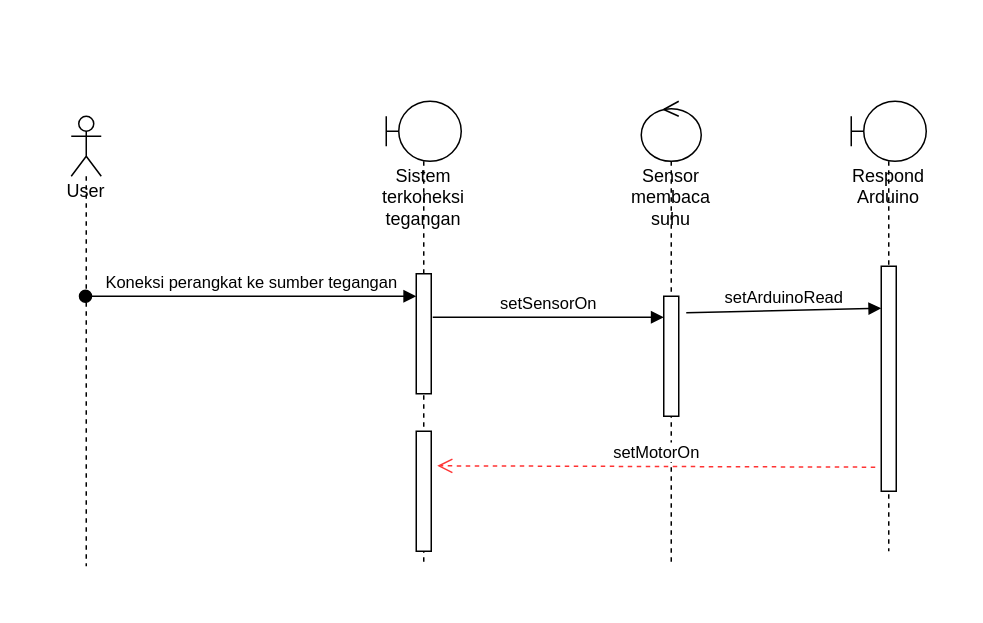
The draw.io diagram squence.drawio in nalendro16/Vuejs101, before the edit. Source tidied: cells renumbered, new cells numbered last; positions are measured from the earlier drawing's top-left corner, leaving out a move shared by most shapes. Both pictures are drawn from the tidied source at 150%, with x=0, y=0 at pixel (70, 100).
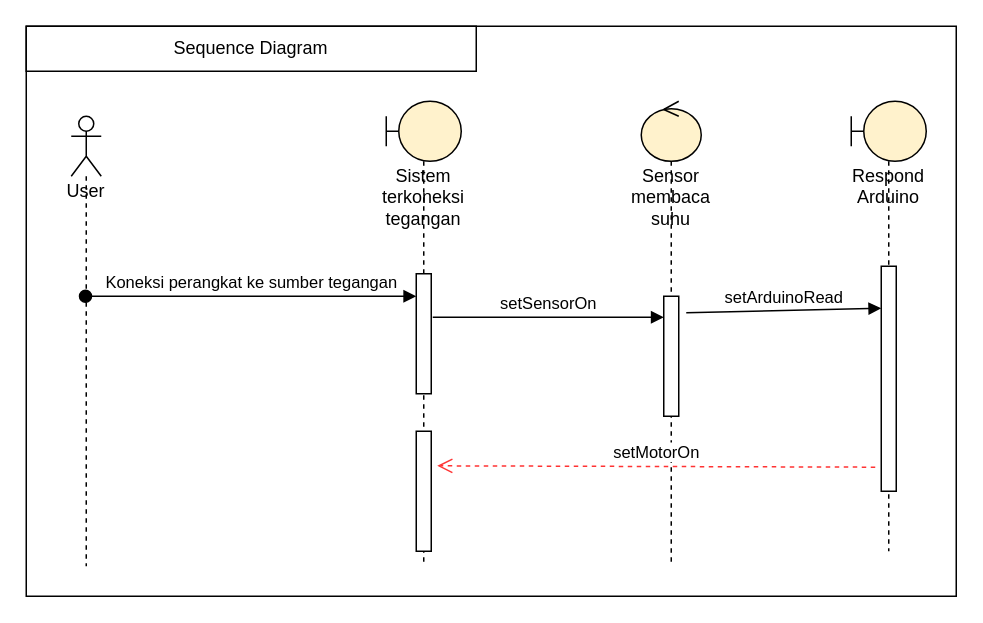
Above is the later version.

What changed in the source:
```diff
@@
 <mxGraphModel>
   <root>
     <mxCell id="0" />
     <mxCell id="1" parent="0" />
+    <mxCell id="14" style="rounded=0;whiteSpace=wrap;html=1;" parent="1" vertex="1">
+      <mxGeometry x="-30" y="-50" width="620" height="380" as="geometry" />
+    </mxCell>
-    <mxCell id="2" value="Respond Arduino" style="shape=umlLifeline;participant=umlBoundary;perimeter=lifelinePerimeter;whiteSpace=wrap;html=1;verticalAlign=top;spacingTop=36;" parent="1" vertex="1">
+    <mxCell id="2" value="Respond Arduino" style="shape=umlLifeline;participant=umlBoundary;perimeter=lifelinePerimeter;whiteSpace=wrap;html=1;verticalAlign=top;spacingTop=36;fillColor=#fff2cc;" parent="1" vertex="1">
       <mxGeometry x="520" width="50" height="300" as="geometry" />
     </mxCell>
-    <mxCell id="3" value="Sistem terkoneksi tegangan" style="shape=umlLifeline;participant=umlBoundary;perimeter=lifelinePerimeter;whiteSpace=wrap;html=1;verticalAlign=top;spacingTop=36;" parent="1" vertex="1">
+    <mxCell id="3" value="Sistem terkoneksi tegangan" style="shape=umlLifeline;participant=umlBoundary;perimeter=lifelinePerimeter;whiteSpace=wrap;html=1;verticalAlign=top;spacingTop=36;fillColor=#fff2cc;" parent="1" vertex="1">
       <mxGeometry x="210" width="50" height="310" as="geometry" />
     </mxCell>
-    <mxCell id="4" value="Sensor membaca suhu" style="shape=umlLifeline;participant=umlControl;perimeter=lifelinePerimeter;whiteSpace=wrap;html=1;verticalAlign=top;spacingTop=36;" parent="1" vertex="1">
+    <mxCell id="4" value="Sensor membaca suhu" style="shape=umlLifeline;participant=umlControl;perimeter=lifelinePerimeter;whiteSpace=wrap;html=1;verticalAlign=top;spacingTop=36;fillColor=#fff2cc;" parent="1" vertex="1">
       <mxGeometry x="380" width="40" height="310" as="geometry" />
     </mxCell>
     <mxCell id="5" value="User" style="shape=umlLifeline;participant=umlActor;perimeter=lifelinePerimeter;whiteSpace=wrap;html=1;verticalAlign=top;spacingTop=36;outlineConnect=0;" parent="1" vertex="1">
       <mxGeometry y="10" width="20" height="300" as="geometry" />
     </mxCell>
     <mxCell id="6" style="html=1;points=[];perimeter=orthogonalPerimeter;" parent="1" vertex="1">
       <mxGeometry x="230" y="115" width="10" height="80" as="geometry" />
     </mxCell>
     <mxCell id="7" value="Koneksi perangkat ke sumber tegangan" style="html=1;verticalAlign=bottom;startArrow=oval;endArrow=block;startSize=8;" parent="1" edge="1" source="5" target="6">
       <mxGeometry relative="1" as="geometry">
         <Array as="points">
           <mxPoint x="200" y="130" />
         </Array>
       </mxGeometry>
     </mxCell>
     <mxCell id="8" style="html=1;points=[];perimeter=orthogonalPerimeter;" parent="1" vertex="1">
       <mxGeometry x="395" y="130" width="10" height="80" as="geometry" />
     </mxCell>
     <mxCell id="9" value="setSensorOn" style="html=1;verticalAlign=bottom;endArrow=block;exitX=1.1;exitY=0.363;exitDx=0;exitDy=0;exitPerimeter=0;" parent="1" edge="1" source="6" target="8">
       <mxGeometry relative="1" as="geometry" />
     </mxCell>
     <mxCell id="10" style="html=1;points=[];perimeter=orthogonalPerimeter;" parent="1" vertex="1">
       <mxGeometry x="540" y="110" width="10" height="150" as="geometry" />
     </mxCell>
     <mxCell id="11" value="setArduinoRead" style="html=1;verticalAlign=bottom;endArrow=block;entryX=0;entryY=0.187;entryDx=0;entryDy=0;entryPerimeter=0;" parent="1" edge="1" target="10">
       <mxGeometry relative="1" as="geometry">
         <mxPoint x="410" y="141" as="sourcePoint" />
       </mxGeometry>
     </mxCell>
     <mxCell id="12" style="html=1;points=[];perimeter=orthogonalPerimeter;" parent="1" vertex="1">
       <mxGeometry x="230" y="220" width="10" height="80" as="geometry" />
     </mxCell>
     <mxCell id="13" value="setMotorOn" style="html=1;verticalAlign=bottom;endArrow=open;dashed=1;endSize=8;strokeColor=#FF3333;exitX=-0.4;exitY=0.893;exitDx=0;exitDy=0;exitPerimeter=0;entryX=1.4;entryY=0.288;entryDx=0;entryDy=0;entryPerimeter=0;" parent="1" edge="1" source="10" target="12">
       <mxGeometry relative="1" as="geometry" />
     </mxCell>
+    <mxCell id="15" value="Sequence Diagram" style="rounded=0;whiteSpace=wrap;html=1;" parent="1" vertex="1">
+      <mxGeometry x="-30" y="-50" width="300" height="30" as="geometry" />
+    </mxCell>
   </root>
 </mxGraphModel>
```
